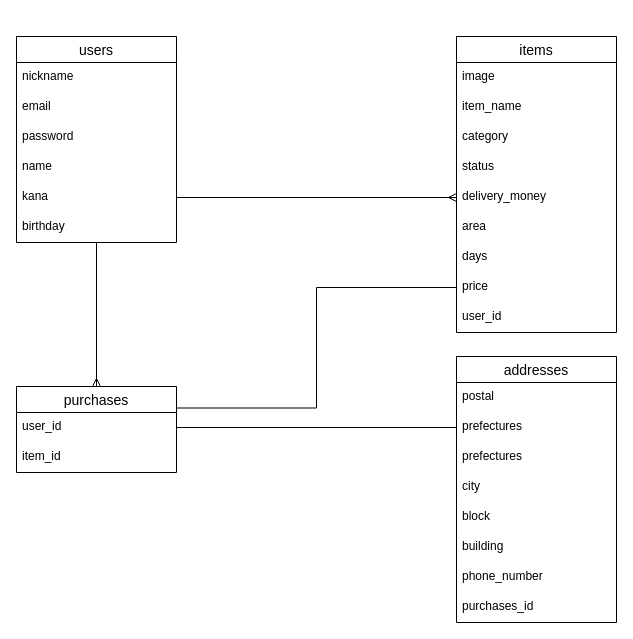
Earlier version of the draw.io diagram test.dio (Cajugps/furima-32899). Source tidied: cells renumbered, new cells numbered last; positions are measured from the earlier drawing's top-left corner, leaving out a move shared by most shapes. Both pictures are drawn from the tidied source at 100%, with x=0, y=0 at pixel (16, 36).
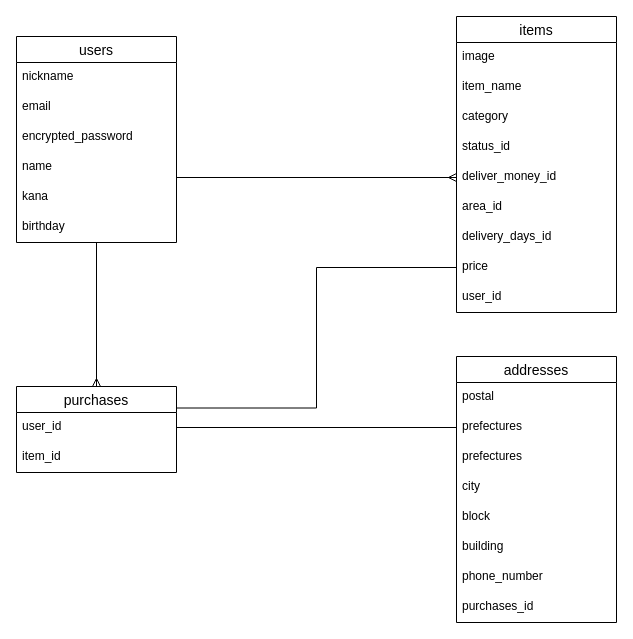
The same page after the edit.

Commit message (it also covers changes not shown here):
テーブルの修正

Unchanged cells that the change refers to:
```xml
<mxCell id="3" value="users" style="swimlane;fontStyle=0;horizontal=1;startSize=26;align=center;fontSize=14;direction=east;" parent="1" vertex="1">
  <mxGeometry width="160" height="206" as="geometry" />
</mxCell>
<mxCell id="8" value="kana" style="text;strokeColor=none;fillColor=none;spacingLeft=4;spacingRight=4;overflow=hidden;points=[[0,0.5],[1,0.5]];portConstraint=eastwest;fontSize=12;" parent="3" vertex="1">
  <mxGeometry y="146" width="160" height="30" as="geometry" />
</mxCell>
```

Change to the diagram source:
```diff
@@
-    <mxCell id="6" value="password&#10;" style="text;strokeColor=none;fillColor=none;spacingLeft=4;spacingRight=4;overflow=hidden;fontSize=12;" parent="3" vertex="1">
+    <mxCell id="6" value="encrypted_password" style="text;strokeColor=none;fillColor=none;spacingLeft=4;spacingRight=4;overflow=hidden;fontSize=12;" parent="3" vertex="1">
       <mxGeometry y="86" width="160" height="30" as="geometry" />
     </mxCell>
@@
     <mxCell id="10" value="items" style="swimlane;fontStyle=0;horizontal=1;startSize=26;align=center;fontSize=14;direction=east;" parent="1" vertex="1">
-      <mxGeometry x="440" width="160" height="296" as="geometry" />
+      <mxGeometry x="440" y="-20" width="160" height="296" as="geometry" />
     </mxCell>
@@
-    <mxCell id="14" value="status" style="text;strokeColor=none;fillColor=none;spacingLeft=4;spacingRight=4;overflow=hidden;fontSize=12;" parent="10" vertex="1">
+    <mxCell id="14" value="status_id" style="text;strokeColor=none;fillColor=none;spacingLeft=4;spacingRight=4;overflow=hidden;fontSize=12;" parent="10" vertex="1">
       <mxGeometry y="116" width="160" height="30" as="geometry" />
     </mxCell>
-    <mxCell id="15" value="delivery_money" style="text;strokeColor=none;fillColor=none;spacingLeft=4;spacingRight=4;overflow=hidden;points=[[0,0.5],[1,0.5]];portConstraint=eastwest;fontSize=12;" parent="10" vertex="1">
-      <mxGeometry y="146" width="160" height="30" as="geometry" />
-    </mxCell>
-    <mxCell id="16" value="area" style="text;strokeColor=none;fillColor=none;spacingLeft=4;spacingRight=4;overflow=hidden;fontSize=12;" parent="10" vertex="1">
-      <mxGeometry y="176" width="160" height="30" as="geometry" />
+    <mxCell id="16" value="deliver_money_id" style="text;strokeColor=none;fillColor=none;spacingLeft=4;spacingRight=4;overflow=hidden;fontSize=12;" parent="10" vertex="1">
+      <mxGeometry y="146" width="160" height="30" as="geometry" />
     </mxCell>
-    <mxCell id="17" value="days&#10;" style="text;strokeColor=none;fillColor=none;spacingLeft=4;spacingRight=4;overflow=hidden;fontSize=12;" parent="10" vertex="1">
-      <mxGeometry y="206" width="160" height="30" as="geometry" />
+    <mxCell id="17" value="area_id" style="text;strokeColor=none;fillColor=none;spacingLeft=4;spacingRight=4;overflow=hidden;fontSize=12;" parent="10" vertex="1">
+      <mxGeometry y="176" width="160" height="30" as="geometry" />
     </mxCell>
+    <mxCell id="35" value="delivery_days_id " style="text;strokeColor=none;fillColor=none;spacingLeft=4;spacingRight=4;overflow=hidden;fontSize=12;" parent="10" vertex="1">
+      <mxGeometry y="206" width="160" height="30" as="geometry" />
+    </mxCell>
@@
-    <mxCell id="32" style="edgeStyle=orthogonalEdgeStyle;rounded=0;jettySize=auto;html=1;exitX=1;exitY=0.5;exitDx=0;exitDy=0;entryX=0;entryY=0.5;entryDx=0;entryDy=0;endArrow=ERmany;endFill=0;" parent="1" edge="1" source="8" target="15">
-      <mxGeometry relative="1" as="geometry" />
+    <mxCell id="32" style="edgeStyle=orthogonalEdgeStyle;rounded=0;jettySize=auto;html=1;exitX=1;exitY=0.5;exitDx=0;exitDy=0;entryX=0;entryY=0.5;entryDx=0;entryDy=0;endArrow=ERmany;endFill=0;" parent="1" edge="1" source="8">
+      <mxGeometry relative="1" as="geometry">
+        <mxPoint x="440" y="141" as="targetPoint" />
+        <Array as="points">
+          <mxPoint x="160" y="141" />
+        </Array>
+      </mxGeometry>
     </mxCell>
```
